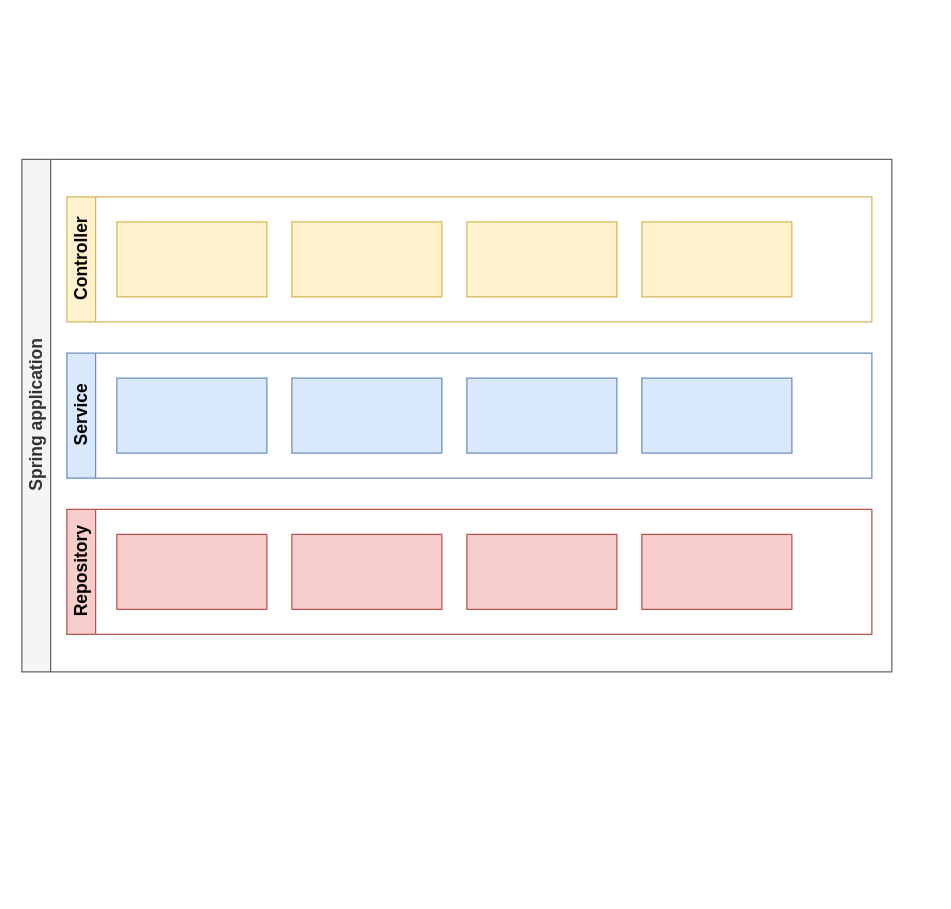
Reachip/webdynamique-project keeps this draw.io diagram as Atelier2/Diagram/composant.drawio. Above is the earlier version. Source tidied: cells renumbered, new cells numbered last; positions are measured from the earlier drawing's top-left corner, leaving out a move shared by most shapes. Both pictures are drawn from the tidied source at 125%, with x=0, y=0 at pixel (21, 159). Pictures stored in the file or linked from it are replaced by grey dashed boxes.
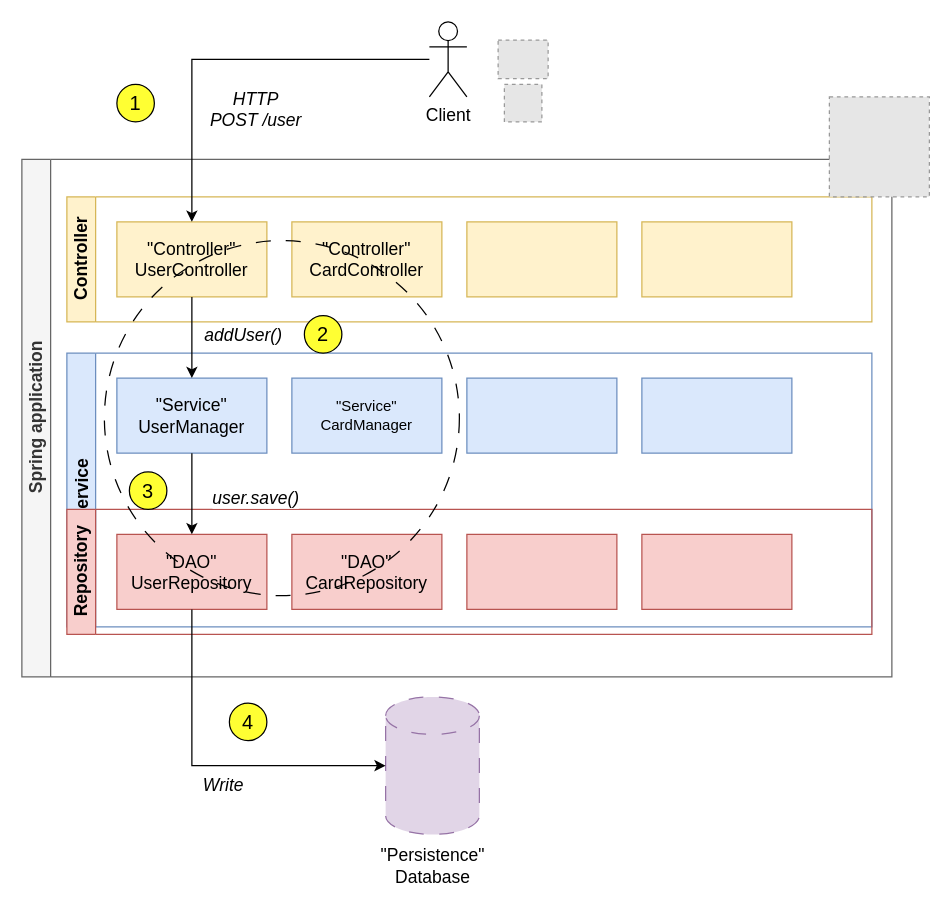
Above is the later version.

Commit message (it also covers changes not shown here):
Diagramme de composant v2

Unchanged cells that the change refers to:
```xml
<mxCell id="3" value="&lt;font style=&quot;font-size: 14px;&quot;&gt;Controller&lt;/font&gt;" style="swimlane;horizontal=0;whiteSpace=wrap;html=1;fillColor=#fff2cc;strokeColor=#d6b656;" parent="2" vertex="1">
  <mxGeometry x="36" y="30" width="644" height="100" as="geometry" />
</mxCell>
<mxCell id="13" value="&lt;font style=&quot;font-size: 14px;&quot;&gt;Repository&lt;/font&gt;" style="swimlane;horizontal=0;whiteSpace=wrap;html=1;fillColor=#f8cecc;strokeColor=#b85450;" parent="2" vertex="1">
  <mxGeometry x="36" y="280" width="644" height="100" as="geometry" />
</mxCell>
```

Diff of the diagram source:
```diff
@@
     <mxCell id="2" value="&lt;font style=&quot;font-size: 14px;&quot;&gt;Spring application&lt;/font&gt;" style="swimlane;horizontal=0;whiteSpace=wrap;html=1;fillColor=#f5f5f5;strokeColor=#666666;fontColor=#333333;" parent="1" vertex="1">
-      <mxGeometry width="696" height="410" as="geometry" />
+      <mxGeometry width="696" height="414" as="geometry" />
     </mxCell>
@@
-    <mxCell id="4" style="rounded=0;whiteSpace=wrap;html=1;fillColor=#fff2cc;strokeColor=#d6b656;" parent="3" vertex="1">
+    <mxCell id="4" value="&lt;div&gt;&lt;font style=&quot;font-size: 14px;&quot;&gt;&quot;Controller&quot;&lt;/font&gt;&lt;/div&gt;&lt;font style=&quot;font-size: 14px;&quot;&gt;UserController&lt;/font&gt;" style="rounded=0;whiteSpace=wrap;html=1;fillColor=#fff2cc;strokeColor=#d6b656;" parent="3" vertex="1">
       <mxGeometry x="40" y="20" width="120" height="60" as="geometry" />
     </mxCell>
-    <mxCell id="5" style="rounded=0;whiteSpace=wrap;html=1;fillColor=#fff2cc;strokeColor=#d6b656;" parent="3" vertex="1">
+    <mxCell id="5" value="&lt;div style=&quot;font-size: 14px;&quot;&gt;&lt;font style=&quot;font-size: 14px;&quot;&gt;&quot;Controller&quot;&lt;/font&gt;&lt;/div&gt;&lt;font style=&quot;font-size: 14px;&quot;&gt;CardController&lt;/font&gt;" style="rounded=0;whiteSpace=wrap;html=1;fillColor=#fff2cc;strokeColor=#d6b656;" parent="3" vertex="1">
       <mxGeometry x="180" y="20" width="120" height="60" as="geometry" />
     </mxCell>
@@
     <mxCell id="8" value="&lt;font style=&quot;font-size: 14px;&quot;&gt;Service&lt;/font&gt;" style="swimlane;horizontal=0;whiteSpace=wrap;html=1;fillColor=#dae8fc;strokeColor=#6c8ebf;" parent="2" vertex="1">
-      <mxGeometry x="36" y="155" width="644" height="100" as="geometry" />
+      <mxGeometry x="36" y="155" width="644" height="219" as="geometry" />
     </mxCell>
-    <mxCell id="9" style="rounded=0;whiteSpace=wrap;html=1;fillColor=#dae8fc;strokeColor=#6c8ebf;" parent="8" vertex="1">
+    <mxCell id="9" value="&lt;div&gt;&lt;font style=&quot;font-size: 14px;&quot;&gt;&quot;Service&quot;&lt;/font&gt;&lt;/div&gt;&lt;font style=&quot;font-size: 14px;&quot;&gt;UserManager&lt;/font&gt;" style="rounded=0;whiteSpace=wrap;html=1;fillColor=#dae8fc;strokeColor=#6c8ebf;" parent="8" vertex="1">
       <mxGeometry x="40" y="20" width="120" height="60" as="geometry" />
     </mxCell>
-    <mxCell id="10" style="rounded=0;whiteSpace=wrap;html=1;fillColor=#dae8fc;strokeColor=#6c8ebf;" parent="8" vertex="1">
+    <mxCell id="10" value="&lt;div&gt;&quot;Service&quot;&lt;/div&gt;CardManager" style="rounded=0;whiteSpace=wrap;html=1;fillColor=#dae8fc;strokeColor=#6c8ebf;" parent="8" vertex="1">
       <mxGeometry x="180" y="20" width="120" height="60" as="geometry" />
     </mxCell>
@@
-    <mxCell id="14" style="rounded=0;whiteSpace=wrap;html=1;fillColor=#f8cecc;strokeColor=#b85450;" parent="13" vertex="1">
+    <mxCell id="14" value="&lt;div&gt;&lt;font style=&quot;font-size: 14px;&quot;&gt;&quot;DAO&quot;&lt;/font&gt;&lt;/div&gt;&lt;font style=&quot;font-size: 14px;&quot;&gt;UserRepository&lt;/font&gt;" style="rounded=0;whiteSpace=wrap;html=1;fillColor=#f8cecc;strokeColor=#b85450;" parent="13" vertex="1">
       <mxGeometry x="40" y="20" width="120" height="60" as="geometry" />
     </mxCell>
-    <mxCell id="15" style="rounded=0;whiteSpace=wrap;html=1;fillColor=#f8cecc;strokeColor=#b85450;" parent="13" vertex="1">
+    <mxCell id="15" value="&lt;div&gt;&lt;font style=&quot;font-size: 14px;&quot;&gt;&quot;DAO&quot;&lt;/font&gt;&lt;/div&gt;&lt;font style=&quot;font-size: 14px;&quot;&gt;CardRepository&lt;/font&gt;" style="rounded=0;whiteSpace=wrap;html=1;fillColor=#f8cecc;strokeColor=#b85450;" parent="13" vertex="1">
       <mxGeometry x="180" y="20" width="120" height="60" as="geometry" />
     </mxCell>
@@
+    <mxCell id="18" style="edgeStyle=orthogonalEdgeStyle;rounded=0;jettySize=auto;html=1;exitX=0.5;exitY=1;exitDx=0;exitDy=0;entryX=0.5;entryY=0;entryDx=0;entryDy=0;" parent="2" edge="1" source="4" target="9">
+      <mxGeometry relative="1" as="geometry" />
+    </mxCell>
+    <mxCell id="19" value="&lt;font style=&quot;font-size: 14px;&quot;&gt;&lt;i&gt;addUser()&lt;/i&gt;&lt;/font&gt;" style="edgeLabel;html=1;align=center;verticalAlign=middle;" parent="18" vertex="1">
+      <mxGeometry x="-0.23" y="3" relative="1" as="geometry">
+        <mxPoint x="37" y="5" as="offset" />
+      </mxGeometry>
+    </mxCell>
+    <mxCell id="20" style="edgeStyle=orthogonalEdgeStyle;rounded=0;jettySize=auto;html=1;exitX=0.5;exitY=1;exitDx=0;exitDy=0;entryX=0.5;entryY=0;entryDx=0;entryDy=0;" parent="2" edge="1" source="9" target="14">
+      <mxGeometry relative="1" as="geometry" />
+    </mxCell>
+    <mxCell id="21" value="&lt;font style=&quot;font-size: 14px;&quot;&gt;&lt;i&gt;user.save()&lt;/i&gt;&lt;/font&gt;" style="edgeLabel;html=1;align=center;verticalAlign=middle;" parent="2" vertex="1">
+      <mxGeometry x="186" y="270" as="geometry" />
+    </mxCell>
+    <mxCell id="22" style="ellipse;whiteSpace=wrap;html=1;fillColor=none;dashed=1;dashPattern=12 12;" parent="2" vertex="1">
+      <mxGeometry x="66" y="65" width="284" height="284" as="geometry" />
+    </mxCell>
+    <mxCell id="23" value="&lt;font style=&quot;font-size: 16px;&quot;&gt;2&lt;/font&gt;" style="ellipse;whiteSpace=wrap;html=1;strokeColor=default;align=center;verticalAlign=middle;fontFamily=Helvetica;fontSize=12;fontColor=default;fillColor=#FFFF33;" parent="2" vertex="1">
+      <mxGeometry x="226" y="125" width="30" height="30" as="geometry" />
+    </mxCell>
+    <mxCell id="24" value="&lt;span style=&quot;font-size: 16px;&quot;&gt;3&lt;/span&gt;" style="ellipse;whiteSpace=wrap;html=1;strokeColor=default;align=center;verticalAlign=middle;fontFamily=Helvetica;fontSize=12;fontColor=default;fillColor=#FFFF33;" parent="2" vertex="1">
+      <mxGeometry x="86" y="250" width="30" height="30" as="geometry" />
+    </mxCell>
+    <mxCell id="25" style="edgeStyle=orthogonalEdgeStyle;rounded=0;jettySize=auto;html=1;entryX=0.5;entryY=0;entryDx=0;entryDy=0;" parent="1" edge="1" source="27" target="4">
+      <mxGeometry relative="1" as="geometry" />
+    </mxCell>
+    <mxCell id="26" value="&lt;div&gt;&lt;font style=&quot;font-size: 14px;&quot;&gt;&lt;i&gt;HTTP&lt;/i&gt;&lt;/font&gt;&lt;/div&gt;&lt;font style=&quot;font-size: 14px;&quot;&gt;&lt;i&gt;POST /user&lt;/i&gt;&lt;/font&gt;" style="edgeLabel;html=1;align=center;verticalAlign=middle;" parent="25" vertex="1">
+      <mxGeometry x="0.43" y="1" relative="1" as="geometry">
+        <mxPoint x="49" as="offset" />
+      </mxGeometry>
+    </mxCell>
+    <mxCell id="27" value="&lt;font style=&quot;font-size: 14px;&quot;&gt;Client&lt;/font&gt;" style="shape=umlActor;verticalLabelPosition=bottom;verticalAlign=top;html=1;outlineConnect=0;" parent="1" vertex="1">
+      <mxGeometry x="326" y="-110" width="30" height="60" as="geometry" />
+    </mxCell>
+    <mxCell id="28" style="shape=cylinder3;whiteSpace=wrap;html=1;boundedLbl=1;backgroundOutline=1;size=15;dashed=1;dashPattern=12 12;fillColor=#e1d5e7;strokeColor=#9673a6;" parent="1" vertex="1">
+      <mxGeometry x="291" y="430" width="75" height="110" as="geometry" />
+    </mxCell>
+    <mxCell id="29" value="&lt;div&gt;&lt;font style=&quot;font-size: 14px;&quot;&gt;&quot;Persistence&quot;&lt;/font&gt;&lt;/div&gt;&lt;font style=&quot;font-size: 14px;&quot;&gt;Database&lt;/font&gt;" style="text;html=1;align=center;verticalAlign=middle;whiteSpace=wrap;rounded=0;" parent="1" vertex="1">
+      <mxGeometry x="264.8" y="550" width="127.5" height="30" as="geometry" />
+    </mxCell>
+    <mxCell id="30" style="edgeStyle=orthogonalEdgeStyle;rounded=0;jettySize=auto;html=1;exitX=0.5;exitY=1;exitDx=0;exitDy=0;entryX=0;entryY=0.5;entryDx=0;entryDy=0;entryPerimeter=0;" parent="1" edge="1" source="14" target="28">
+      <mxGeometry relative="1" as="geometry" />
+    </mxCell>
+    <mxCell id="31" value="&lt;font style=&quot;font-size: 14px;&quot;&gt;&lt;i&gt;Write&lt;/i&gt;&lt;/font&gt;" style="edgeLabel;html=1;align=center;verticalAlign=middle;" parent="30" vertex="1">
+      <mxGeometry x="0.13" y="1" relative="1" as="geometry">
+        <mxPoint x="-9" y="16" as="offset" />
+      </mxGeometry>
+    </mxCell>
+    <mxCell id="32" style="fillColor=#E6E6E6;strokeColor=#999999;dashed=1;verticalLabelPosition=bottom;labelBackgroundColor=default;verticalAlign=top;" parent="1" vertex="1">
+      <mxGeometry x="386" y="-60" width="30" height="30" as="geometry" />
+    </mxCell>
+    <mxCell id="33" style="fillColor=#E6E6E6;strokeColor=#999999;dashed=1;verticalLabelPosition=bottom;labelBackgroundColor=default;verticalAlign=top;" parent="1" vertex="1">
+      <mxGeometry x="381" y="-95.5" width="40" height="30.9" as="geometry" />
+    </mxCell>
+    <mxCell id="34" value="&lt;font style=&quot;font-size: 16px;&quot;&gt;1&lt;/font&gt;" style="ellipse;whiteSpace=wrap;html=1;strokeColor=default;align=center;verticalAlign=middle;fontFamily=Helvetica;fontSize=12;fontColor=default;fillColor=#FFFF33;" parent="1" vertex="1">
+      <mxGeometry x="76" y="-60" width="30" height="30" as="geometry" />
+    </mxCell>
+    <mxCell id="35" value="&lt;span style=&quot;font-size: 16px;&quot;&gt;4&lt;/span&gt;" style="ellipse;whiteSpace=wrap;html=1;strokeColor=default;align=center;verticalAlign=middle;fontFamily=Helvetica;fontSize=12;fontColor=default;fillColor=#FFFF33;" parent="1" vertex="1">
+      <mxGeometry x="166" y="435" width="30" height="30" as="geometry" />
+    </mxCell>
+    <mxCell id="36" style="fillColor=#E6E6E6;strokeColor=#999999;dashed=1;verticalLabelPosition=bottom;labelBackgroundColor=default;verticalAlign=top;" parent="1" vertex="1">
+      <mxGeometry x="646" y="-50" width="80" height="79.9" as="geometry" />
+    </mxCell>
```
